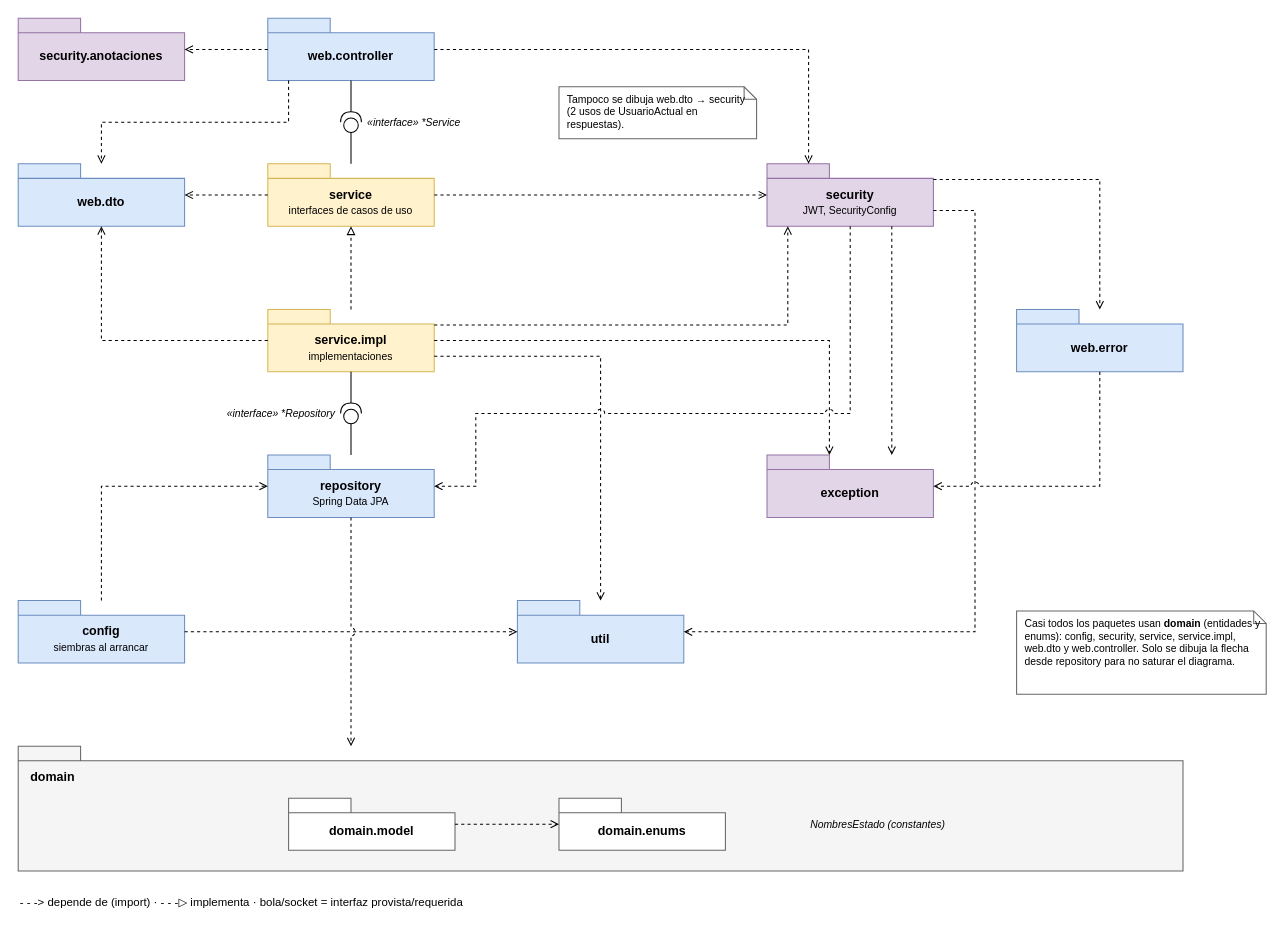
Before: docs/diagramas/fuente/30-paquetes.drawio.xml in yor1008/propiedad-horizontal-back-end, a draw.io diagram. Source tidied: cells renumbered, new cells numbered last; positions are measured from the earlier drawing's top-left corner, leaving out a move shared by most shapes. Both pictures are drawn from the tidied source at 104%, with x=0, y=0 at pixel (18, 18).
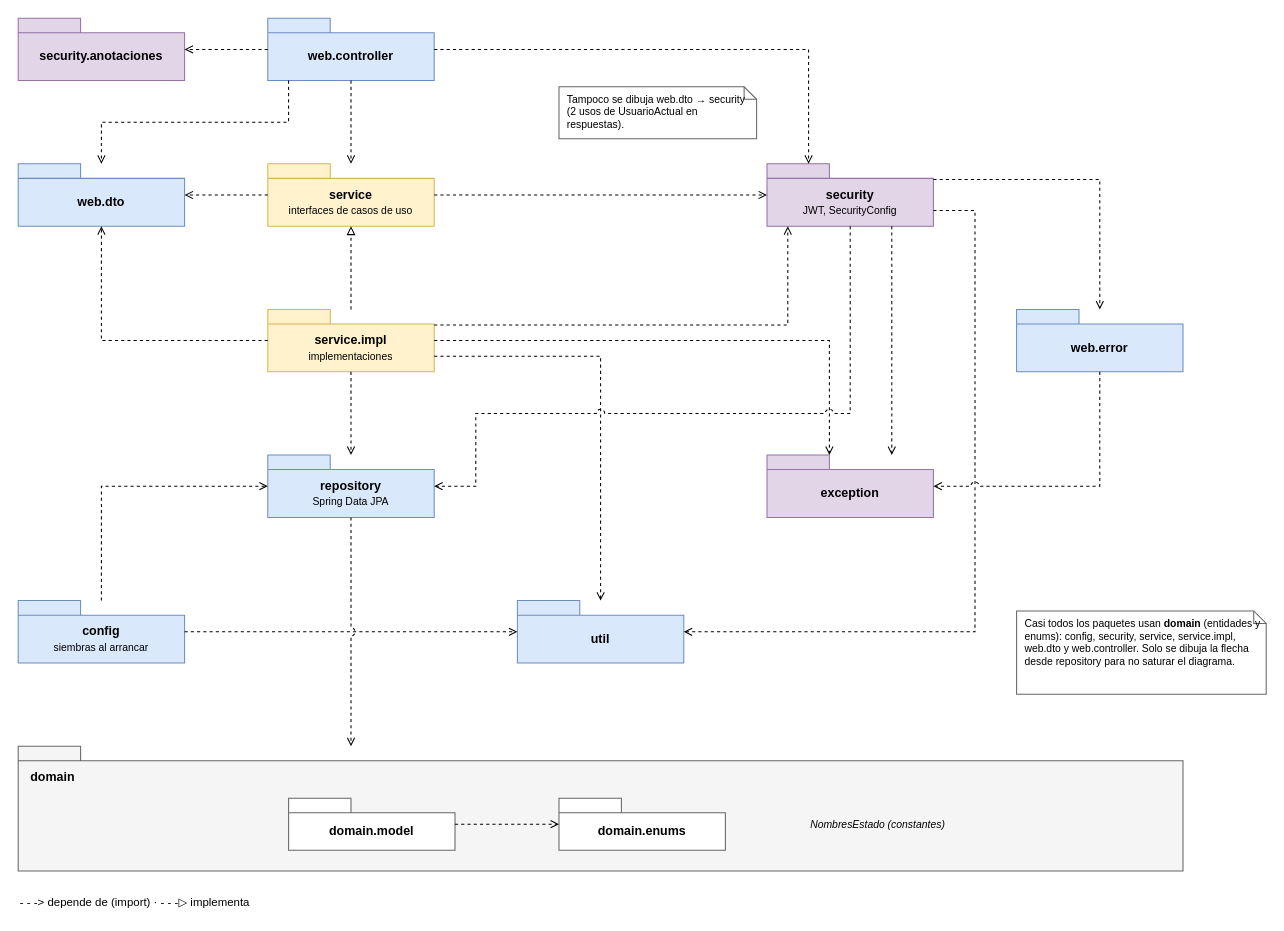
The same page after the edit.

Commit message (it also covers changes not shown here):
Quita los conectores bola-socket del diagrama de paquetes

En un diagrama de paquetes las relaciones son dependencias; se reemplazan por flechas punteadas web.controller -> service y service.impl -> repository.

Unchanged cells that the change refers to:
```xml
<mxCell id="3" value="&lt;b&gt;web.controller&lt;/b&gt;" style="shape=folder;tabWidth=60;tabHeight=14;tabPosition=left;html=1;whiteSpace=wrap;verticalAlign=middle;spacingTop=14;fontSize=12;fillColor=#dae8fc;strokeColor=#6c8ebf;" parent="1" vertex="1">
  <mxGeometry x="240" width="160" height="60" as="geometry" />
</mxCell>
<mxCell id="5" value="&lt;b&gt;service&lt;/b&gt;&lt;br&gt;&lt;font style=&quot;font-size:10px&quot;&gt;interfaces de casos de uso&lt;/font&gt;" style="shape=folder;tabWidth=60;tabHeight=14;tabPosition=left;html=1;whiteSpace=wrap;verticalAlign=middle;spacingTop=14;fontSize=12;fillColor=#fff2cc;strokeColor=#d6b656;" parent="1" vertex="1">
  <mxGeometry x="240" y="140" width="160" height="60" as="geometry" />
</mxCell>
<mxCell id="7" value="&lt;b&gt;service.impl&lt;/b&gt;&lt;br&gt;&lt;font style=&quot;font-size:10px&quot;&gt;implementaciones&lt;/font&gt;" style="shape=folder;tabWidth=60;tabHeight=14;tabPosition=left;html=1;whiteSpace=wrap;verticalAlign=middle;spacingTop=14;fontSize=12;fillColor=#fff2cc;strokeColor=#d6b656;" parent="1" vertex="1">
  <mxGeometry x="240" y="280" width="160" height="60" as="geometry" />
</mxCell>
<mxCell id="9" value="&lt;b&gt;repository&lt;/b&gt;&lt;br&gt;&lt;font style=&quot;font-size:10px&quot;&gt;Spring Data JPA&lt;/font&gt;" style="shape=folder;tabWidth=60;tabHeight=14;tabPosition=left;html=1;whiteSpace=wrap;verticalAlign=middle;spacingTop=14;fontSize=12;fillColor=#dae8fc;strokeColor=#6c8ebf;" parent="1" vertex="1">
  <mxGeometry x="240" y="420" width="160" height="60" as="geometry" />
</mxCell>
```

What changed in the source:
```diff
@@
-    <mxCell id="17" style="shape=providedRequiredInterface;html=1;sketch=0;rotation=270;" parent="1" vertex="1">
-      <mxGeometry x="310" y="90" width="20" height="20" as="geometry" />
-    </mxCell>
-    <mxCell id="18" value="«interface» *Service" style="text;html=1;align=left;verticalAlign=middle;fontSize=10;fontStyle=2;" parent="1" vertex="1">
-      <mxGeometry x="334" y="92" width="140" height="16" as="geometry" />
-    </mxCell>
-    <mxCell id="19" style="shape=providedRequiredInterface;html=1;sketch=0;rotation=270;" parent="1" vertex="1">
-      <mxGeometry x="310" y="370" width="20" height="20" as="geometry" />
-    </mxCell>
-    <mxCell id="20" value="«interface» *Repository" style="text;html=1;align=right;verticalAlign=middle;fontSize=10;fontStyle=2;" parent="1" vertex="1">
-      <mxGeometry x="166" y="372" width="140" height="16" as="geometry" />
-    </mxCell>
@@
-    <mxCell id="22" style="endArrow=none;html=1;rounded=0;edgeStyle=orthogonalEdgeStyle;jumpStyle=arc;jumpSize=8;fontSize=10;exitX=0.5;exitY=1;exitDx=0;exitDy=0;entryX=1;entryY=0.5;entryDx=0;entryDy=0;" parent="1" edge="1" source="3" target="17">
-      <mxGeometry relative="1" as="geometry" />
-    </mxCell>
-    <mxCell id="23" style="endArrow=none;html=1;rounded=0;edgeStyle=orthogonalEdgeStyle;jumpStyle=arc;jumpSize=8;fontSize=10;exitX=0;exitY=0.5;exitDx=0;exitDy=0;entryX=0.5;entryY=0;entryDx=0;entryDy=0;" parent="1" edge="1" source="17" target="5">
-      <mxGeometry relative="1" as="geometry" />
-    </mxCell>
+    <mxCell id="47" style="endArrow=open;endFill=0;dashed=1;html=1;rounded=0;edgeStyle=orthogonalEdgeStyle;jumpStyle=arc;jumpSize=8;fontSize=10;exitX=0.5;exitY=1;exitDx=0;exitDy=0;entryX=0.5;entryY=0;entryDx=0;entryDy=0;" parent="1" edge="1" source="3" target="5">
+      <mxGeometry relative="1" as="geometry" />
+    </mxCell>
@@
-    <mxCell id="29" style="endArrow=none;html=1;rounded=0;edgeStyle=orthogonalEdgeStyle;jumpStyle=arc;jumpSize=8;fontSize=10;exitX=0.5;exitY=1;exitDx=0;exitDy=0;entryX=1;entryY=0.5;entryDx=0;entryDy=0;" parent="1" edge="1" source="7" target="19">
-      <mxGeometry relative="1" as="geometry" />
-    </mxCell>
-    <mxCell id="30" style="endArrow=none;html=1;rounded=0;edgeStyle=orthogonalEdgeStyle;jumpStyle=arc;jumpSize=8;fontSize=10;exitX=0;exitY=0.5;exitDx=0;exitDy=0;entryX=0.5;entryY=0;entryDx=0;entryDy=0;" parent="1" edge="1" source="19" target="9">
-      <mxGeometry relative="1" as="geometry" />
-    </mxCell>
+    <mxCell id="48" style="endArrow=open;endFill=0;dashed=1;html=1;rounded=0;edgeStyle=orthogonalEdgeStyle;jumpStyle=arc;jumpSize=8;fontSize=10;exitX=0.5;exitY=1;exitDx=0;exitDy=0;entryX=0.5;entryY=0;entryDx=0;entryDy=0;" parent="1" edge="1" source="7" target="9">
+      <mxGeometry relative="1" as="geometry" />
+    </mxCell>
@@
-    <mxCell id="46" value="- - -&amp;gt; depende de (import) · - - -▷ implementa · bola/socket = interfaz provista/requerida" style="text;html=1;align=left;verticalAlign=middle;fontSize=11;" parent="1" vertex="1">
+    <mxCell id="46" value="- - -&amp;gt; depende de (import) · - - -▷ implementa" style="text;html=1;align=left;verticalAlign=middle;fontSize=11;" parent="1" vertex="1">
       <mxGeometry y="840" width="700" height="20" as="geometry" />
     </mxCell>
```
